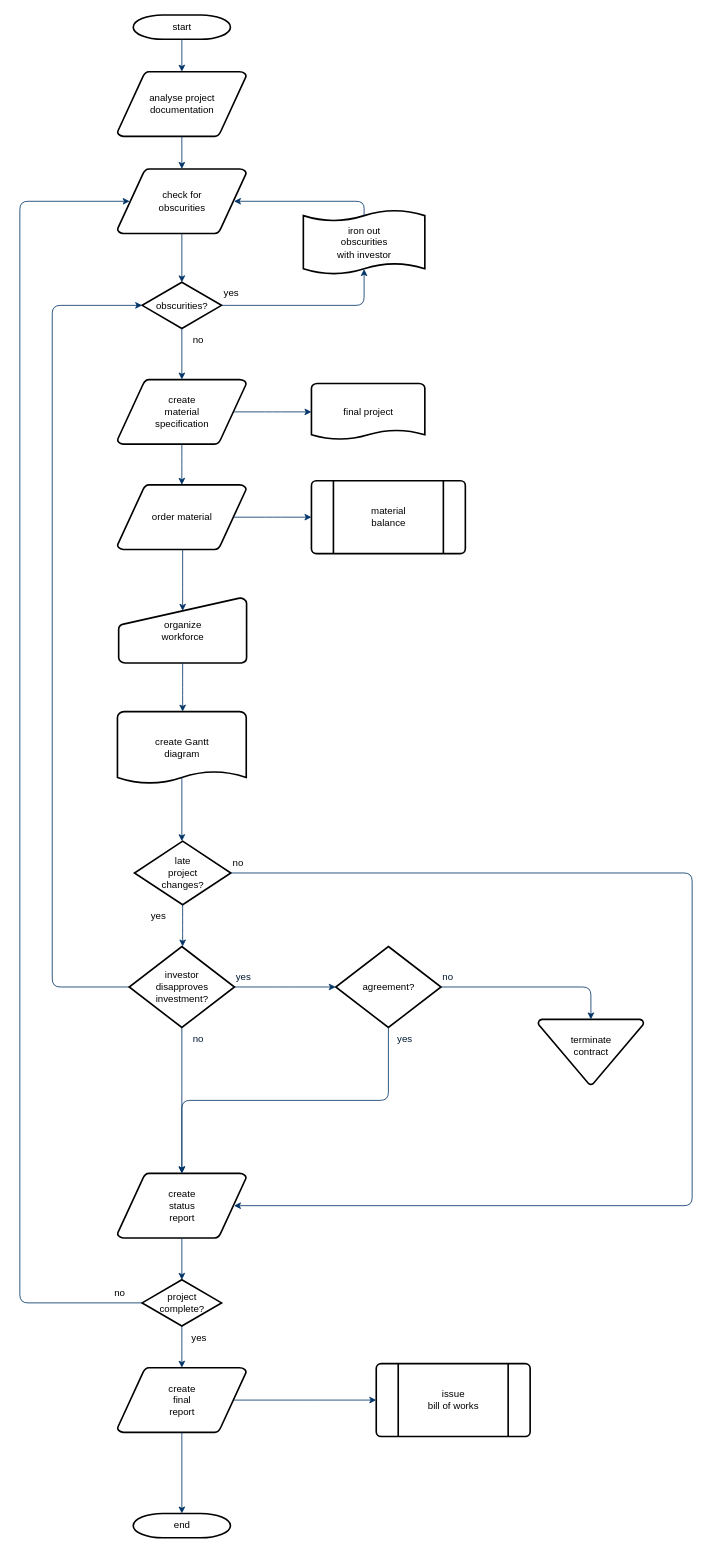
Before: Lesson8Project.drawio in 20MILLEGL/scothcbox, a draw.io diagram. Source tidied: cells renumbered, new cells numbered last; positions are measured from the earlier drawing's top-left corner, leaving out a move shared by most shapes. Both pictures are drawn from the tidied source at 81%, with x=0, y=0 at pixel (19, 15).
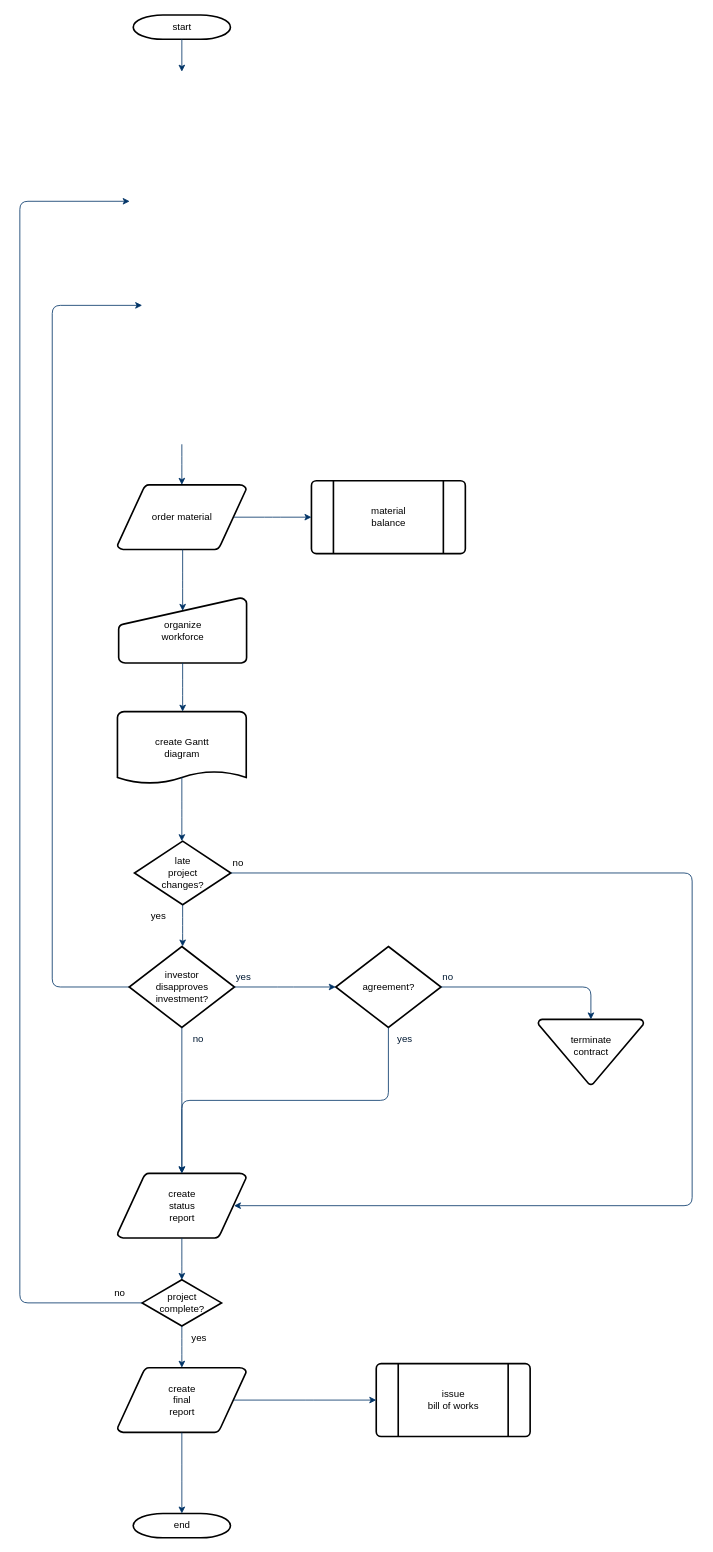
After the change.

The change refers to these unchanged cells:
```xml
<mxCell id="2" value="start" style="shape=mxgraph.flowchart.terminator;strokeWidth=2;gradientColor=none;gradientDirection=north;fontStyle=0;html=1;" parent="1" vertex="1">
  <mxGeometry x="140" width="120" height="30" as="geometry" />
</mxCell>
<mxCell id="13" value="order material" style="shape=mxgraph.flowchart.data;strokeWidth=2;gradientColor=none;gradientDirection=north;fontStyle=0;html=1;" parent="1" vertex="1">
  <mxGeometry x="120.5" y="580" width="159" height="80" as="geometry" />
</mxCell>
<mxCell id="28" value="investor&#10;disapproves&#10; investment?" style="shape=mxgraph.flowchart.decision;strokeWidth=2;gradientColor=none;gradientDirection=north;fontStyle=0;html=1;" parent="1" vertex="1">
  <mxGeometry x="135" y="1150" width="130" height="100" as="geometry" />
</mxCell>
<mxCell id="37" value="project&#10;complete?" style="shape=mxgraph.flowchart.decision;strokeWidth=2;gradientColor=none;gradientDirection=north;fontStyle=0;html=1;" parent="1" vertex="1">
  <mxGeometry x="151" y="1561.5" width="98" height="57" as="geometry" />
</mxCell>
```

Diff of the diagram source:
```diff
@@
-    <mxCell id="3" value="analyse project&#10; documentation" style="shape=mxgraph.flowchart.data;strokeWidth=2;gradientColor=none;gradientDirection=north;fontStyle=0;html=1;" parent="1" vertex="1">
-      <mxGeometry x="120.5" y="70" width="159" height="80" as="geometry" />
-    </mxCell>
-    <mxCell id="4" value="create&#10;material&#10;specification" style="shape=mxgraph.flowchart.data;strokeWidth=2;gradientColor=none;gradientDirection=north;fontStyle=0;html=1;" parent="1" vertex="1">
-      <mxGeometry x="120.5" y="450" width="159" height="80" as="geometry" />
-    </mxCell>
-    <mxCell id="5" value="check for&#10;obscurities" style="shape=mxgraph.flowchart.data;strokeWidth=2;gradientColor=none;gradientDirection=north;fontStyle=0;html=1;" parent="1" vertex="1">
-      <mxGeometry x="120.5" y="190" width="159" height="80" as="geometry" />
-    </mxCell>
-    <mxCell id="6" value="obscurities?" style="shape=mxgraph.flowchart.decision;strokeWidth=2;gradientColor=none;gradientDirection=north;fontStyle=0;html=1;" parent="1" vertex="1">
-      <mxGeometry x="151" y="330" width="98" height="57" as="geometry" />
-    </mxCell>
-    <mxCell id="7" style="fontStyle=1;strokeColor=#003366;strokeWidth=1;html=1;" parent="1" edge="1" source="2" target="3">
-      <mxGeometry relative="1" as="geometry" />
+    <mxCell id="7" style="fontStyle=1;strokeColor=#003366;strokeWidth=1;html=1;" parent="1" edge="1" source="2">
+      <mxGeometry relative="1" as="geometry">
+        <mxPoint x="200" y="70" as="targetPoint" />
+      </mxGeometry>
     </mxCell>
-    <mxCell id="8" style="fontStyle=1;strokeColor=#003366;strokeWidth=1;html=1;" parent="1" edge="1" source="3" target="5">
-      <mxGeometry relative="1" as="geometry" />
-    </mxCell>
-    <mxCell id="9" style="entryX=0.5;entryY=0;entryPerimeter=0;fontStyle=1;strokeColor=#003366;strokeWidth=1;html=1;" parent="1" edge="1" source="5" target="6">
-      <mxGeometry relative="1" as="geometry" />
-    </mxCell>
-    <mxCell id="10" style="edgeStyle=elbowEdgeStyle;elbow=horizontal;entryX=0.5;entryY=0.91;entryPerimeter=0;exitX=1;exitY=0.5;exitPerimeter=0;fontStyle=1;strokeColor=#003366;strokeWidth=1;html=1;" parent="1" edge="1" source="6" target="51">
-      <mxGeometry x="381" y="28.5" as="geometry">
-        <Array as="points">
-          <mxPoint x="425" y="340" />
-        </Array>
-      </mxGeometry>
-    </mxCell>
-    <mxCell id="11" value="yes" style="text;fontStyle=0;html=1;strokeColor=none;gradientColor=none;fillColor=none;strokeWidth=2;" parent="1" vertex="1">
-      <mxGeometry x="250" y="330" width="40" height="26" as="geometry" />
-    </mxCell>
-    <mxCell id="12" style="edgeStyle=elbowEdgeStyle;elbow=horizontal;fontColor=#001933;fontStyle=1;strokeColor=#003366;strokeWidth=1;html=1;" parent="1" edge="1" source="6" target="4">
-      <mxGeometry as="geometry" />
-    </mxCell>
@@
-    <mxCell id="14" value="no" style="text;fontStyle=0;html=1;strokeColor=none;gradientColor=none;fillColor=none;strokeWidth=2;align=center;" parent="1" vertex="1">
-      <mxGeometry x="200" y="387" width="40" height="26" as="geometry" />
-    </mxCell>
-    <mxCell id="15" value="final project" style="shape=mxgraph.flowchart.document;strokeWidth=2;gradientColor=none;gradientDirection=north;fontStyle=0;html=1;" parent="1" vertex="1">
-      <mxGeometry x="360" y="455" width="140" height="70" as="geometry" />
-    </mxCell>
-    <mxCell id="16" style="edgeStyle=elbowEdgeStyle;elbow=horizontal;exitX=0.905;exitY=0.5;exitPerimeter=0;fontStyle=1;strokeColor=#003366;strokeWidth=1;html=1;" parent="1" edge="1" source="4" target="15">
-      <mxGeometry as="geometry" />
-    </mxCell>
-    <mxCell id="17" style="edgeStyle=elbowEdgeStyle;elbow=horizontal;fontStyle=1;strokeColor=#003366;strokeWidth=1;html=1;" parent="1" edge="1" source="4" target="13">
-      <mxGeometry as="geometry" />
+    <mxCell id="17" style="edgeStyle=elbowEdgeStyle;elbow=horizontal;fontStyle=1;strokeColor=#003366;strokeWidth=1;html=1;" parent="1" edge="1" target="13">
+      <mxGeometry as="geometry">
+        <mxPoint x="200" y="530" as="sourcePoint" />
+      </mxGeometry>
     </mxCell>
@@
-    <mxCell id="26" style="edgeStyle=elbowEdgeStyle;elbow=horizontal;exitX=0;exitY=0.5;exitPerimeter=0;entryX=0;entryY=0.5;entryPerimeter=0;fontStyle=1;strokeColor=#003366;strokeWidth=1;html=1;" parent="1" edge="1" source="28" target="6">
+    <mxCell id="26" style="edgeStyle=elbowEdgeStyle;elbow=horizontal;exitX=0;exitY=0.5;exitPerimeter=0;entryX=0;entryY=0.5;entryPerimeter=0;fontStyle=1;strokeColor=#003366;strokeWidth=1;html=1;" parent="1" edge="1" source="28">
       <mxGeometry as="geometry">
+        <mxPoint x="151" y="358.5" as="targetPoint" />
         <Array as="points">
           <mxPoint x="40" y="790" />
         </Array>
       </mxGeometry>
     </mxCell>
@@
-    <mxCell id="51" value="iron out&#10;obscurities &#10;with investor" style="shape=mxgraph.flowchart.paper_tape;strokeWidth=2;gradientColor=none;gradientDirection=north;fontStyle=0;html=1;" parent="1" vertex="1">
-      <mxGeometry x="350" y="240" width="150" height="81" as="geometry" />
-    </mxCell>
-    <mxCell id="52" style="edgeStyle=elbowEdgeStyle;elbow=horizontal;exitX=0.5;exitY=0.09;exitPerimeter=0;entryX=0.905;entryY=0.5;entryPerimeter=0;fontStyle=1;strokeColor=#003366;strokeWidth=1;html=1;" parent="1" edge="1" source="51" target="5">
-      <mxGeometry as="geometry">
-        <Array as="points">
-          <mxPoint x="425" y="240" />
-        </Array>
-      </mxGeometry>
-    </mxCell>
@@
-    <mxCell id="54" style="edgeStyle=elbowEdgeStyle;elbow=horizontal;exitX=0;exitY=0.5;exitPerimeter=0;entryX=0.095;entryY=0.5;entryPerimeter=0;fontStyle=1;strokeColor=#003366;strokeWidth=1;html=1;" parent="1" edge="1" source="37" target="5">
+    <mxCell id="54" style="edgeStyle=elbowEdgeStyle;elbow=horizontal;exitX=0;exitY=0.5;exitPerimeter=0;entryX=0.095;entryY=0.5;entryPerimeter=0;fontStyle=1;strokeColor=#003366;strokeWidth=1;html=1;" parent="1" edge="1" source="37">
       <mxGeometry as="geometry">
+        <mxPoint x="135.6" y="230" as="targetPoint" />
         <Array as="points">
           <mxPoint y="910" />
         </Array>
       </mxGeometry>
     </mxCell>
```
